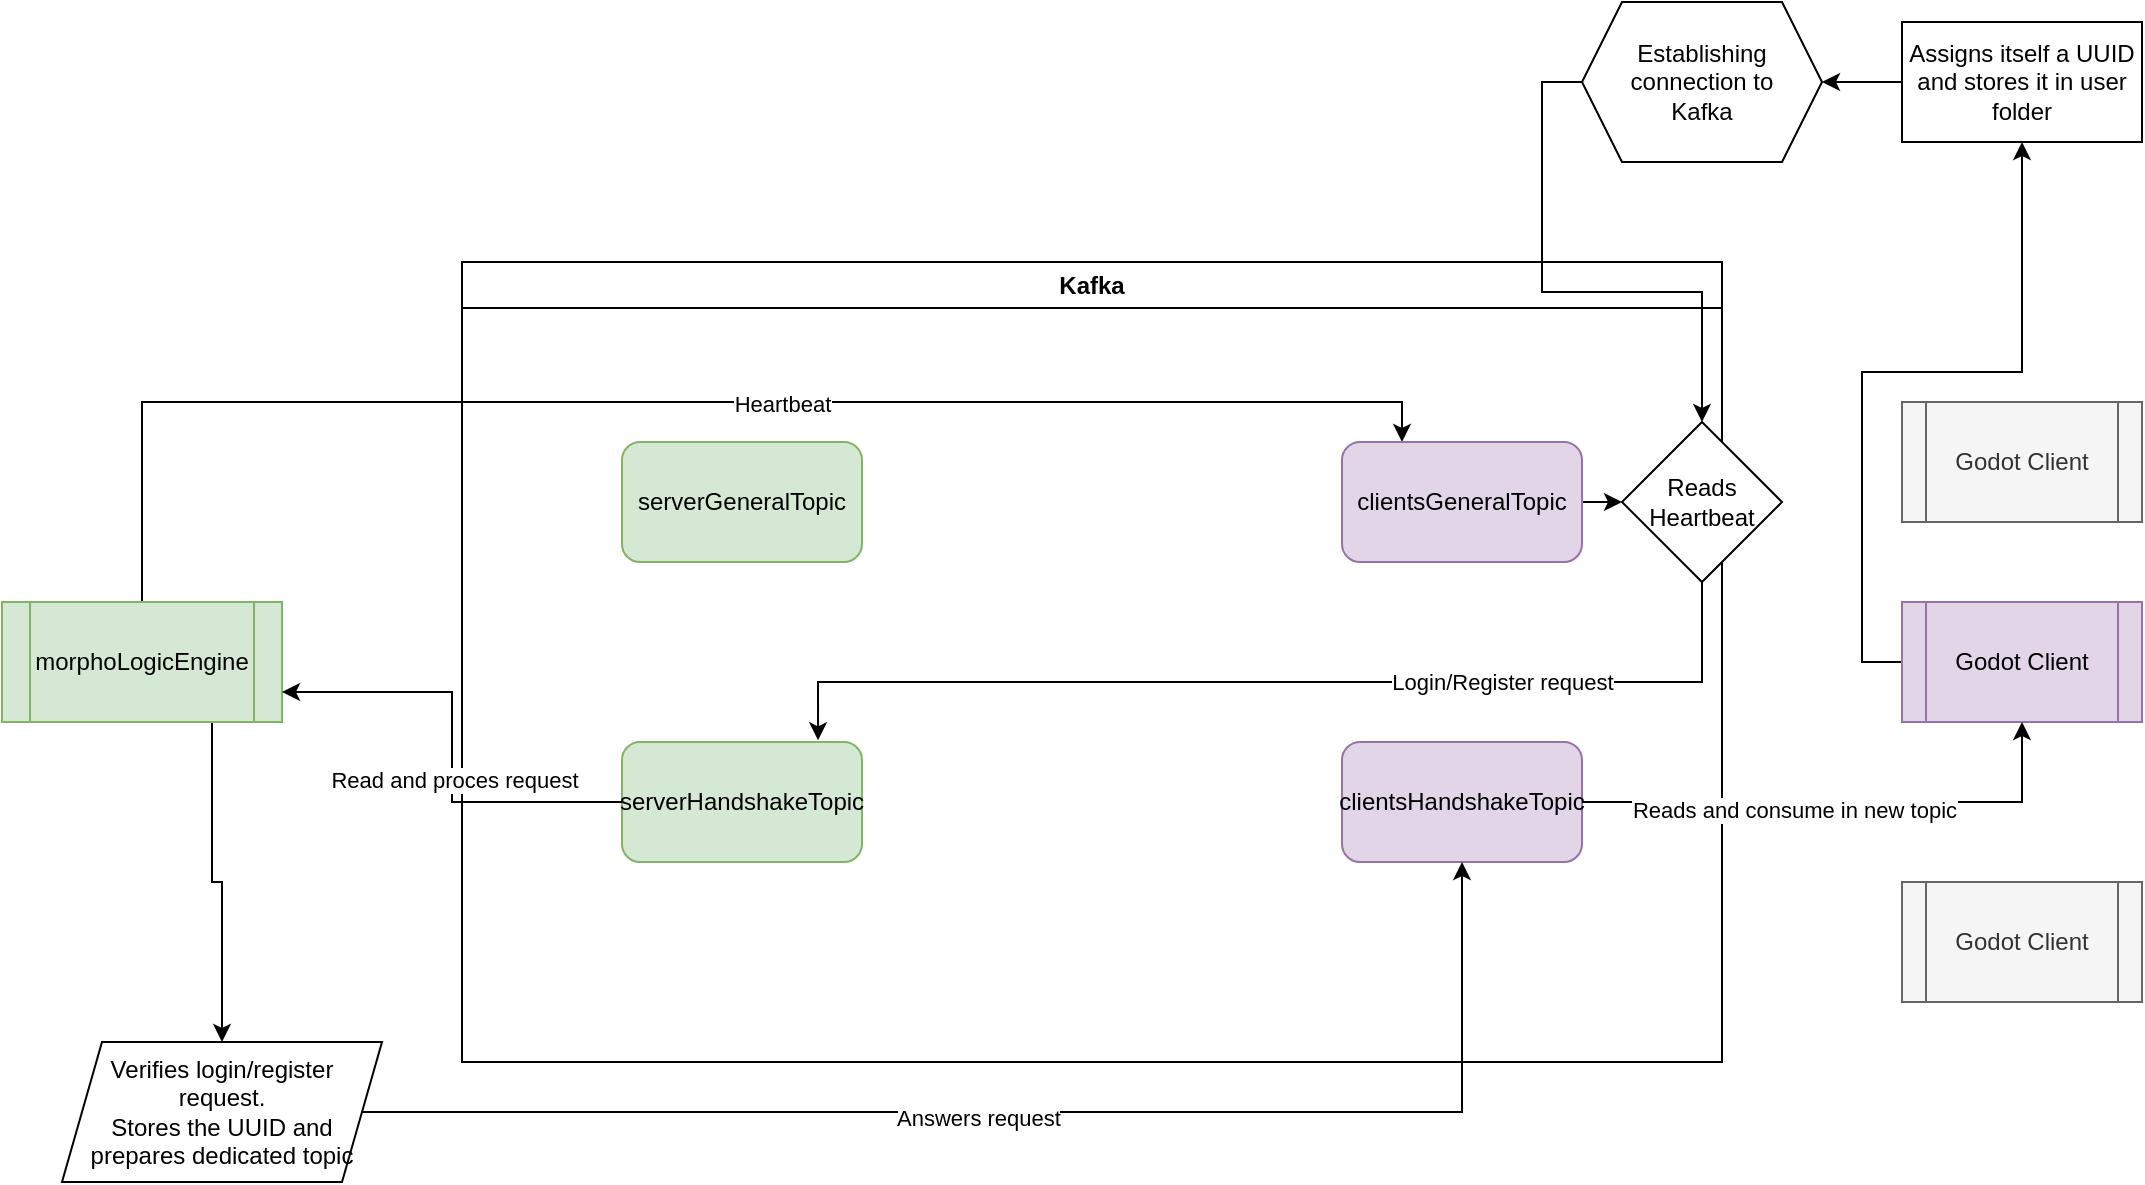
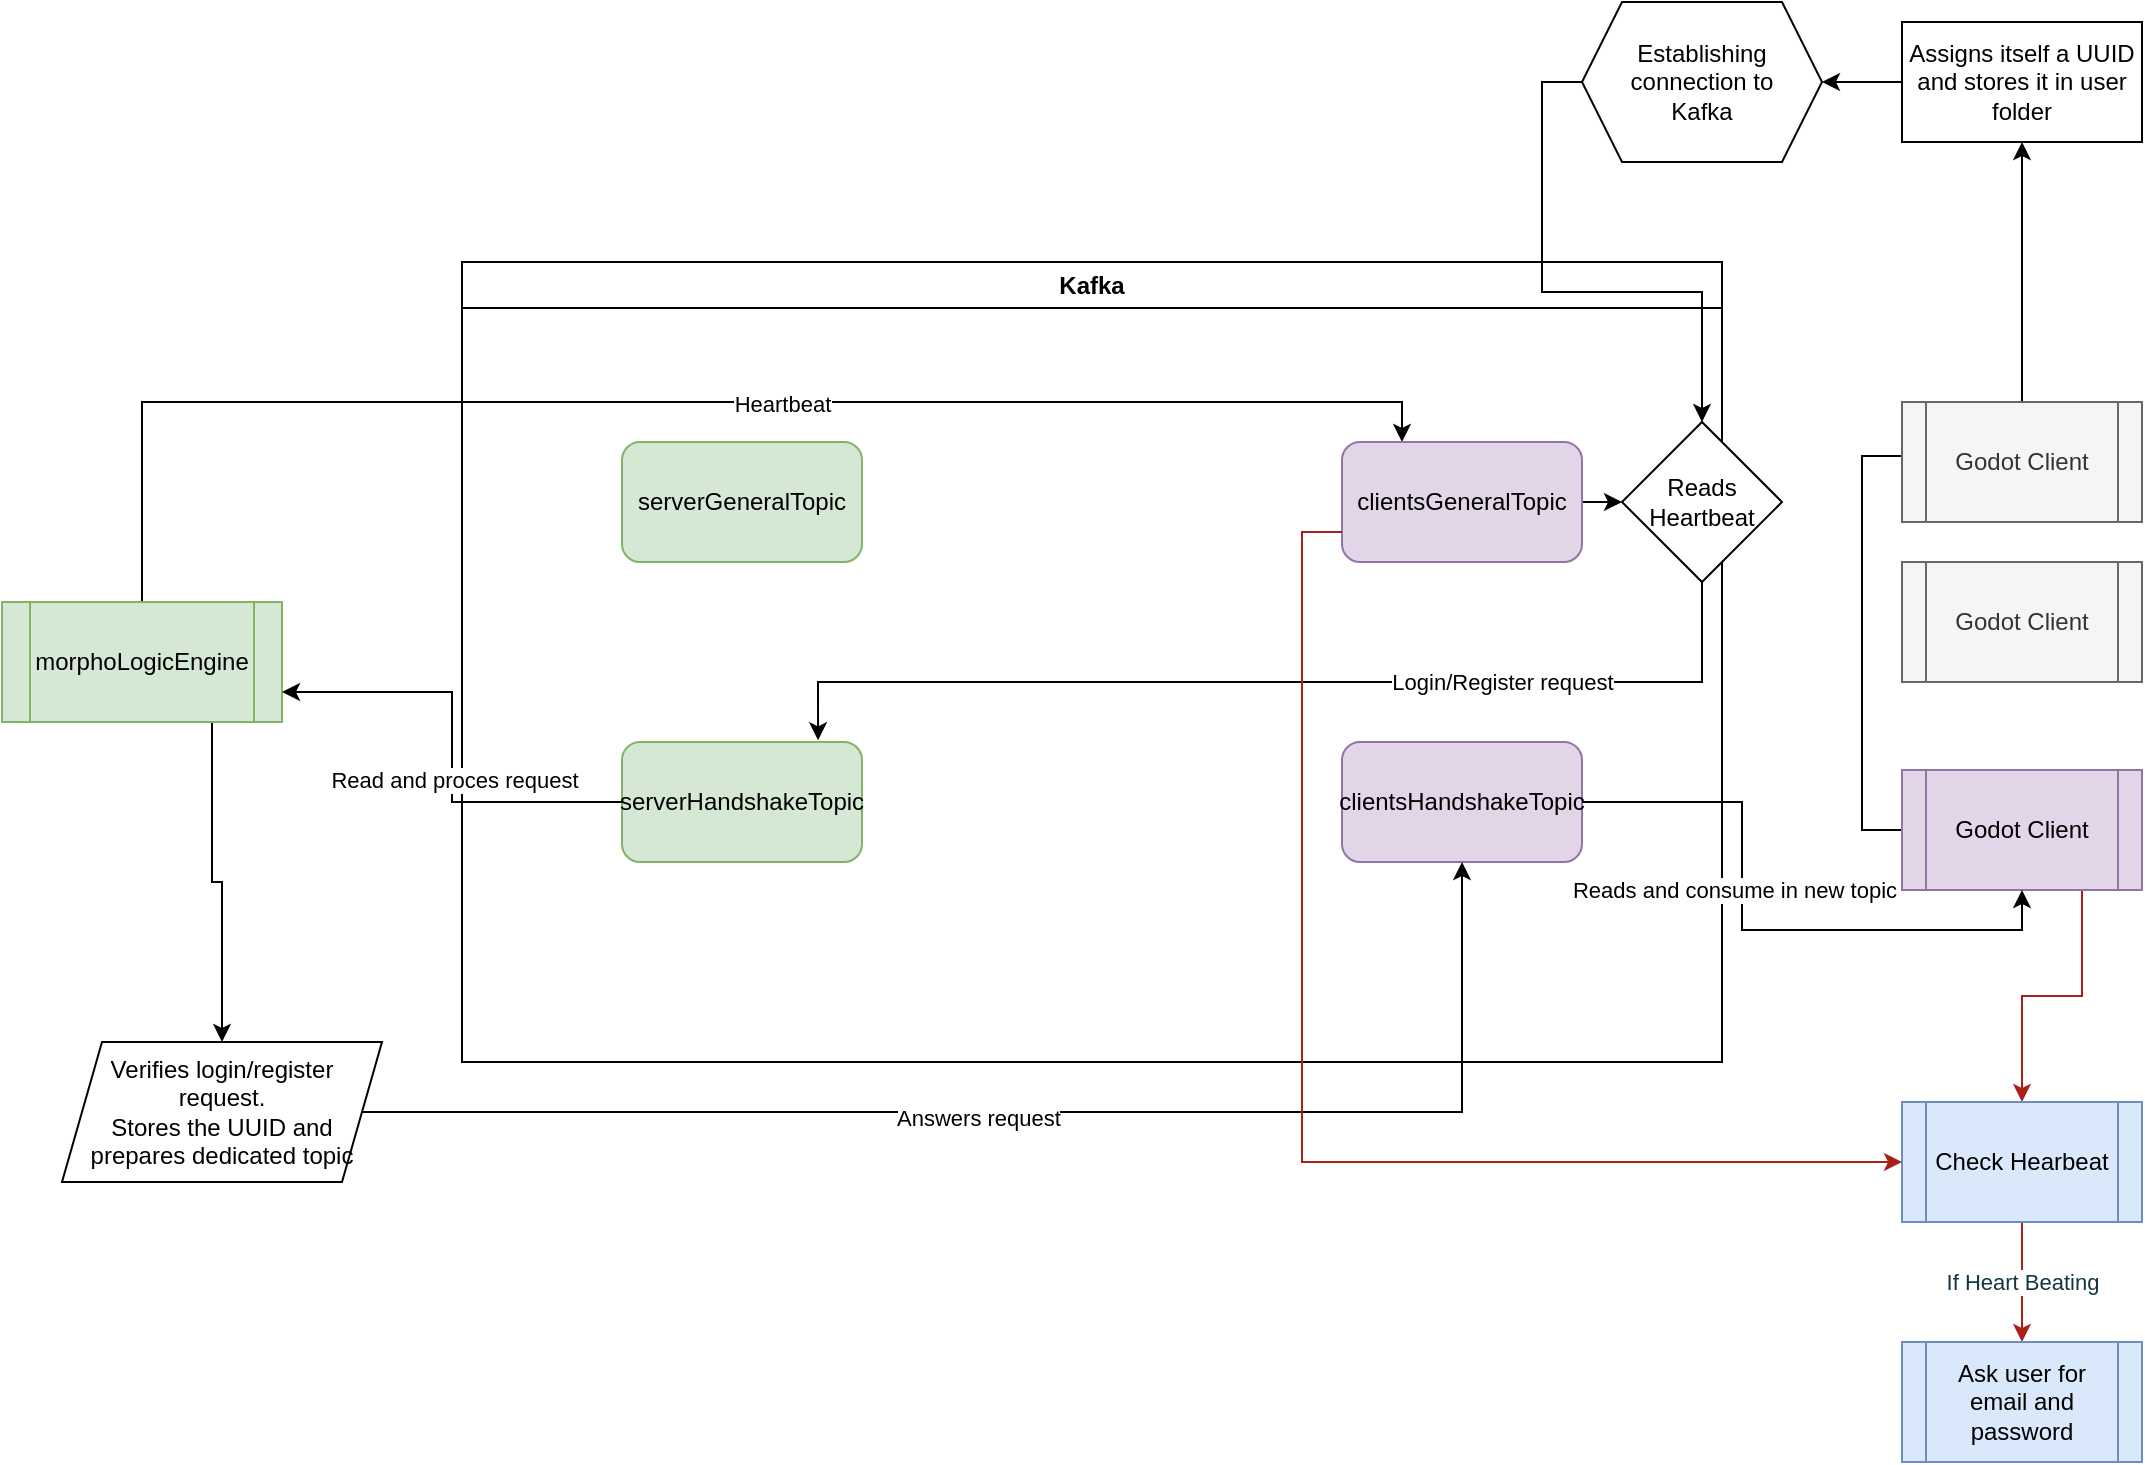
<mxfile host="Electron">
  <diagram name="Page-1" id="rNKA8JmwHAFpPodClgyq">
-     <mxGraphModel dx="1414" dy="844" grid="1" gridSize="10" guides="1" tooltips="1" connect="1" arrows="1" fold="1" page="1" pageScale="1" pageWidth="1169" pageHeight="827" math="0" shadow="0">
+     <mxGraphModel dx="1261" dy="918" grid="1" gridSize="10" guides="1" tooltips="1" connect="1" arrows="1" fold="1" page="1" pageScale="1" pageWidth="1169" pageHeight="827" math="0" shadow="0">
      <root>
        <mxCell id="0" />
        <mxCell id="1" parent="0" />
        <mxCell id="CCsJ8qcLbVdH30hSbnro-37" edge="1" parent="1" source="CCsJ8qcLbVdH30hSbnro-1" style="edgeStyle=orthogonalEdgeStyle;rounded=0;orthogonalLoop=1;jettySize=auto;html=1;exitX=0.5;exitY=0;exitDx=0;exitDy=0;entryX=0.25;entryY=0;entryDx=0;entryDy=0;" target="CCsJ8qcLbVdH30hSbnro-7">
          <mxGeometry relative="1" as="geometry" />
        </mxCell>
        <mxCell id="CCsJ8qcLbVdH30hSbnro-38" connectable="0" parent="CCsJ8qcLbVdH30hSbnro-37" style="edgeLabel;html=1;align=center;verticalAlign=middle;resizable=0;points=[];" value="Heartbeat" vertex="1">
          <mxGeometry relative="1" x="0.12" y="-1" as="geometry">
            <mxPoint as="offset" />
          </mxGeometry>
        </mxCell>
        <mxCell id="CCsJ8qcLbVdH30hSbnro-41" edge="1" parent="1" source="CCsJ8qcLbVdH30hSbnro-1" style="edgeStyle=orthogonalEdgeStyle;rounded=0;orthogonalLoop=1;jettySize=auto;html=1;exitX=0.75;exitY=1;exitDx=0;exitDy=0;entryX=0.5;entryY=0;entryDx=0;entryDy=0;" target="CCsJ8qcLbVdH30hSbnro-39">
          <mxGeometry relative="1" as="geometry" />
        </mxCell>
        <mxCell id="CCsJ8qcLbVdH30hSbnro-1" parent="1" style="shape=process;whiteSpace=wrap;html=1;backgroundOutline=1;fillColor=#d5e8d4;strokeColor=#82b366;" value="morphoLogicEngine" vertex="1">
          <mxGeometry height="60" width="140" x="50" y="330" as="geometry" />
        </mxCell>
        <mxCell id="CCsJ8qcLbVdH30hSbnro-2" parent="1" style="swimlane;whiteSpace=wrap;html=1;startSize=23;" value="Kafka" vertex="1">
          <mxGeometry height="400" width="630" x="280" y="160" as="geometry" />
        </mxCell>
        <mxCell id="CCsJ8qcLbVdH30hSbnro-6" parent="CCsJ8qcLbVdH30hSbnro-2" style="rounded=1;whiteSpace=wrap;html=1;fillColor=#e1d5e7;strokeColor=#9673a6;" value="clientsHandshakeTopic" vertex="1">
          <mxGeometry height="60" width="120" x="440" y="240" as="geometry" />
        </mxCell>
        <mxCell id="CCsJ8qcLbVdH30hSbnro-36" edge="1" parent="CCsJ8qcLbVdH30hSbnro-2" source="CCsJ8qcLbVdH30hSbnro-7" style="edgeStyle=orthogonalEdgeStyle;rounded=0;orthogonalLoop=1;jettySize=auto;html=1;exitX=1;exitY=0.5;exitDx=0;exitDy=0;entryX=0;entryY=0.5;entryDx=0;entryDy=0;" target="CCsJ8qcLbVdH30hSbnro-23">
          <mxGeometry relative="1" as="geometry" />
        </mxCell>
        <mxCell id="CCsJ8qcLbVdH30hSbnro-7" parent="CCsJ8qcLbVdH30hSbnro-2" style="rounded=1;whiteSpace=wrap;html=1;fillColor=#e1d5e7;strokeColor=#9673a6;" value="clientsGeneralTopic" vertex="1">
          <mxGeometry height="60" width="120" x="440" y="90" as="geometry" />
        </mxCell>
        <mxCell id="CCsJ8qcLbVdH30hSbnro-9" parent="CCsJ8qcLbVdH30hSbnro-2" style="rounded=1;whiteSpace=wrap;html=1;fillColor=#d5e8d4;strokeColor=#82b366;" value="serverHandshakeTopic" vertex="1">
          <mxGeometry height="60" width="120" x="80" y="240" as="geometry" />
        </mxCell>
        <mxCell id="CCsJ8qcLbVdH30hSbnro-11" parent="CCsJ8qcLbVdH30hSbnro-2" style="rounded=1;whiteSpace=wrap;html=1;fillColor=#d5e8d4;strokeColor=#82b366;" value="serverGeneralTopic" vertex="1">
          <mxGeometry height="60" width="120" x="80" y="90" as="geometry" />
        </mxCell>
        <mxCell id="CCsJ8qcLbVdH30hSbnro-29" edge="1" parent="CCsJ8qcLbVdH30hSbnro-2" source="CCsJ8qcLbVdH30hSbnro-23" style="edgeStyle=orthogonalEdgeStyle;rounded=0;orthogonalLoop=1;jettySize=auto;html=1;exitX=0.5;exitY=1;exitDx=0;exitDy=0;entryX=0.817;entryY=-0.014;entryDx=0;entryDy=0;entryPerimeter=0;" target="CCsJ8qcLbVdH30hSbnro-9">
          <mxGeometry relative="1" as="geometry">
            <Array as="points">
              <mxPoint x="620" y="210" />
              <mxPoint x="178" y="210" />
            </Array>
          </mxGeometry>
        </mxCell>
        <mxCell id="CCsJ8qcLbVdH30hSbnro-30" connectable="0" parent="CCsJ8qcLbVdH30hSbnro-29" style="edgeLabel;html=1;align=center;verticalAlign=middle;resizable=0;points=[];" value="Login/Register request" vertex="1">
          <mxGeometry relative="1" x="-0.4222" as="geometry">
            <mxPoint as="offset" />
          </mxGeometry>
        </mxCell>
        <mxCell id="CCsJ8qcLbVdH30hSbnro-23" parent="CCsJ8qcLbVdH30hSbnro-2" style="rhombus;whiteSpace=wrap;html=1;" value="Reads Heartbeat" vertex="1">
          <mxGeometry height="80" width="80" x="580" y="80" as="geometry" />
        </mxCell>
        <mxCell id="CCsJ8qcLbVdH30hSbnro-16" edge="1" parent="1" source="CCsJ8qcLbVdH30hSbnro-3" style="edgeStyle=orthogonalEdgeStyle;rounded=0;orthogonalLoop=1;jettySize=auto;html=1;exitX=0;exitY=0.5;exitDx=0;exitDy=0;" target="CCsJ8qcLbVdH30hSbnro-17">
          <mxGeometry relative="1" as="geometry">
            <mxPoint x="1020" y="140" as="targetPoint" />
          </mxGeometry>
        </mxCell>
+         <mxCell id="d140TPh6w5sqVOXrqguh-2" edge="1" parent="1" source="CCsJ8qcLbVdH30hSbnro-3" style="edgeStyle=orthogonalEdgeStyle;rounded=0;orthogonalLoop=1;jettySize=auto;html=1;exitX=0.75;exitY=1;exitDx=0;exitDy=0;entryX=0.5;entryY=0;entryDx=0;entryDy=0;strokeColor=#A8201A;fontColor=#143642;fillColor=#FAE5C7;" target="d140TPh6w5sqVOXrqguh-1">
+           <mxGeometry relative="1" as="geometry" />
+         </mxCell>
        <mxCell id="CCsJ8qcLbVdH30hSbnro-3" parent="1" style="shape=process;whiteSpace=wrap;html=1;backgroundOutline=1;fillColor=#e1d5e7;strokeColor=#9673a6;" value="Godot Client" vertex="1">
-           <mxGeometry height="60" width="120" x="1000" y="330" as="geometry" />
+           <mxGeometry height="60" width="120" x="1000" y="414" as="geometry" />
        </mxCell>
        <mxCell id="CCsJ8qcLbVdH30hSbnro-12" parent="1" style="shape=process;whiteSpace=wrap;html=1;backgroundOutline=1;fillColor=#f5f5f5;strokeColor=#666666;fontColor=#333333;" value="Godot Client" vertex="1">
          <mxGeometry height="60" width="120" x="1000" y="230" as="geometry" />
        </mxCell>
        <mxCell id="CCsJ8qcLbVdH30hSbnro-13" parent="1" style="shape=process;whiteSpace=wrap;html=1;backgroundOutline=1;fillColor=#f5f5f5;strokeColor=#666666;fontColor=#333333;" value="Godot Client" vertex="1">
-           <mxGeometry height="60" width="120" x="1000" y="470" as="geometry" />
+           <mxGeometry height="60" width="120" x="1000" y="310" as="geometry" />
        </mxCell>
        <mxCell id="CCsJ8qcLbVdH30hSbnro-18" edge="1" parent="1" source="CCsJ8qcLbVdH30hSbnro-17" style="edgeStyle=orthogonalEdgeStyle;rounded=0;orthogonalLoop=1;jettySize=auto;html=1;exitX=0;exitY=0.5;exitDx=0;exitDy=0;entryX=1;entryY=0.5;entryDx=0;entryDy=0;" target="CCsJ8qcLbVdH30hSbnro-21">
          <mxGeometry relative="1" as="geometry">
            <mxPoint x="830" y="70" as="targetPoint" />
          </mxGeometry>
        </mxCell>
        <mxCell id="CCsJ8qcLbVdH30hSbnro-17" parent="1" style="rounded=0;whiteSpace=wrap;html=1;" value="Assigns itself a UUID&lt;div&gt;and stores it in user folder&lt;/div&gt;" vertex="1">
          <mxGeometry height="60" width="120" x="1000" y="40" as="geometry" />
        </mxCell>
        <mxCell id="CCsJ8qcLbVdH30hSbnro-21" parent="1" style="shape=hexagon;perimeter=hexagonPerimeter2;whiteSpace=wrap;html=1;fixedSize=1;" value="Establishing connection to&lt;div&gt;Kafka&lt;/div&gt;" vertex="1">
          <mxGeometry height="80" width="120" x="840" y="30" as="geometry" />
        </mxCell>
        <mxCell id="CCsJ8qcLbVdH30hSbnro-26" edge="1" parent="1" source="CCsJ8qcLbVdH30hSbnro-21" style="edgeStyle=orthogonalEdgeStyle;rounded=0;orthogonalLoop=1;jettySize=auto;html=1;exitX=0;exitY=0.5;exitDx=0;exitDy=0;entryX=0.5;entryY=0;entryDx=0;entryDy=0;" target="CCsJ8qcLbVdH30hSbnro-23">
          <mxGeometry relative="1" as="geometry" />
        </mxCell>
        <mxCell id="CCsJ8qcLbVdH30hSbnro-31" edge="1" parent="1" source="CCsJ8qcLbVdH30hSbnro-9" style="edgeStyle=orthogonalEdgeStyle;rounded=0;orthogonalLoop=1;jettySize=auto;html=1;exitX=0;exitY=0.5;exitDx=0;exitDy=0;entryX=1;entryY=0.75;entryDx=0;entryDy=0;" target="CCsJ8qcLbVdH30hSbnro-1">
          <mxGeometry relative="1" as="geometry">
            <mxPoint x="320" y="380" as="targetPoint" />
          </mxGeometry>
        </mxCell>
        <mxCell id="CCsJ8qcLbVdH30hSbnro-32" connectable="0" parent="CCsJ8qcLbVdH30hSbnro-31" style="edgeLabel;html=1;align=center;verticalAlign=middle;resizable=0;points=[];" value="Read and proces request" vertex="1">
          <mxGeometry relative="1" x="-0.1412" y="-1" as="geometry">
            <mxPoint as="offset" />
          </mxGeometry>
        </mxCell>
        <mxCell id="CCsJ8qcLbVdH30hSbnro-42" edge="1" parent="1" source="CCsJ8qcLbVdH30hSbnro-39" style="edgeStyle=orthogonalEdgeStyle;rounded=0;orthogonalLoop=1;jettySize=auto;html=1;exitX=1;exitY=0.5;exitDx=0;exitDy=0;entryX=0.5;entryY=1;entryDx=0;entryDy=0;" target="CCsJ8qcLbVdH30hSbnro-6">
          <mxGeometry relative="1" as="geometry">
            <mxPoint x="780" y="470" as="targetPoint" />
          </mxGeometry>
        </mxCell>
        <mxCell id="CCsJ8qcLbVdH30hSbnro-43" connectable="0" parent="CCsJ8qcLbVdH30hSbnro-42" style="edgeLabel;html=1;align=center;verticalAlign=middle;resizable=0;points=[];" value="Answers request" vertex="1">
          <mxGeometry relative="1" x="-0.0874" y="-3" as="geometry">
            <mxPoint as="offset" />
          </mxGeometry>
        </mxCell>
        <mxCell id="CCsJ8qcLbVdH30hSbnro-39" parent="1" style="shape=parallelogram;perimeter=parallelogramPerimeter;whiteSpace=wrap;html=1;fixedSize=1;" value="Verifies login/register request.&lt;div&gt;Stores the UUID and prepares dedicated topic&lt;/div&gt;" vertex="1">
          <mxGeometry height="70" width="160" x="80" y="550" as="geometry" />
        </mxCell>
        <mxCell id="CCsJ8qcLbVdH30hSbnro-44" edge="1" parent="1" source="CCsJ8qcLbVdH30hSbnro-6" style="edgeStyle=orthogonalEdgeStyle;rounded=0;orthogonalLoop=1;jettySize=auto;html=1;exitX=1;exitY=0.5;exitDx=0;exitDy=0;entryX=0.5;entryY=1;entryDx=0;entryDy=0;" target="CCsJ8qcLbVdH30hSbnro-3">
          <mxGeometry relative="1" as="geometry" />
        </mxCell>
        <mxCell id="CCsJ8qcLbVdH30hSbnro-45" connectable="0" parent="CCsJ8qcLbVdH30hSbnro-44" style="edgeLabel;html=1;align=center;verticalAlign=middle;resizable=0;points=[];" value="Reads and consume in new topic" vertex="1">
          <mxGeometry relative="1" x="-0.1846" y="-4" as="geometry">
            <mxPoint as="offset" />
          </mxGeometry>
        </mxCell>
+         <mxCell id="d140TPh6w5sqVOXrqguh-6" edge="1" parent="1" source="d140TPh6w5sqVOXrqguh-1" style="edgeStyle=orthogonalEdgeStyle;rounded=0;orthogonalLoop=1;jettySize=auto;html=1;exitX=0.5;exitY=1;exitDx=0;exitDy=0;entryX=0.5;entryY=0;entryDx=0;entryDy=0;strokeColor=#A8201A;fontColor=#143642;fillColor=#FAE5C7;" target="d140TPh6w5sqVOXrqguh-5">
+           <mxGeometry relative="1" as="geometry">
+             <Array as="points">
+               <mxPoint x="1060" y="670" />
+               <mxPoint x="1060" y="670" />
+             </Array>
+           </mxGeometry>
+         </mxCell>
+         <mxCell id="d140TPh6w5sqVOXrqguh-7" connectable="0" parent="d140TPh6w5sqVOXrqguh-6" style="edgeLabel;html=1;align=center;verticalAlign=middle;resizable=0;points=[];strokeColor=#0F8B8D;fontColor=#143642;fillColor=#FAE5C7;" value="If Heart Beating" vertex="1">
+           <mxGeometry relative="1" x="-0.0207" as="geometry">
+             <mxPoint as="offset" />
+           </mxGeometry>
+         </mxCell>
+         <mxCell id="d140TPh6w5sqVOXrqguh-1" parent="1" style="shape=process;whiteSpace=wrap;html=1;backgroundOutline=1;strokeColor=#6c8ebf;fillColor=#dae8fc;" value="Check Hearbeat" vertex="1">
+           <mxGeometry height="60" width="120" x="1000" y="580" as="geometry" />
+         </mxCell>
+         <mxCell id="d140TPh6w5sqVOXrqguh-4" edge="1" parent="1" source="CCsJ8qcLbVdH30hSbnro-7" style="edgeStyle=orthogonalEdgeStyle;rounded=0;orthogonalLoop=1;jettySize=auto;html=1;exitX=0;exitY=0.75;exitDx=0;exitDy=0;entryX=0;entryY=0.5;entryDx=0;entryDy=0;strokeColor=#A8201A;fontColor=#143642;fillColor=#FAE5C7;" target="d140TPh6w5sqVOXrqguh-1">
+           <mxGeometry relative="1" as="geometry">
+             <Array as="points">
+               <mxPoint x="700" y="295" />
+               <mxPoint x="700" y="610" />
+             </Array>
+           </mxGeometry>
+         </mxCell>
+         <mxCell id="d140TPh6w5sqVOXrqguh-5" parent="1" style="shape=process;whiteSpace=wrap;html=1;backgroundOutline=1;strokeColor=#6c8ebf;fillColor=#dae8fc;" value="Ask user for email and password" vertex="1">
+           <mxGeometry height="60" width="120" x="1000" y="700" as="geometry" />
+         </mxCell>
      </root>
    </mxGraphModel>
  </diagram>
</mxfile>
